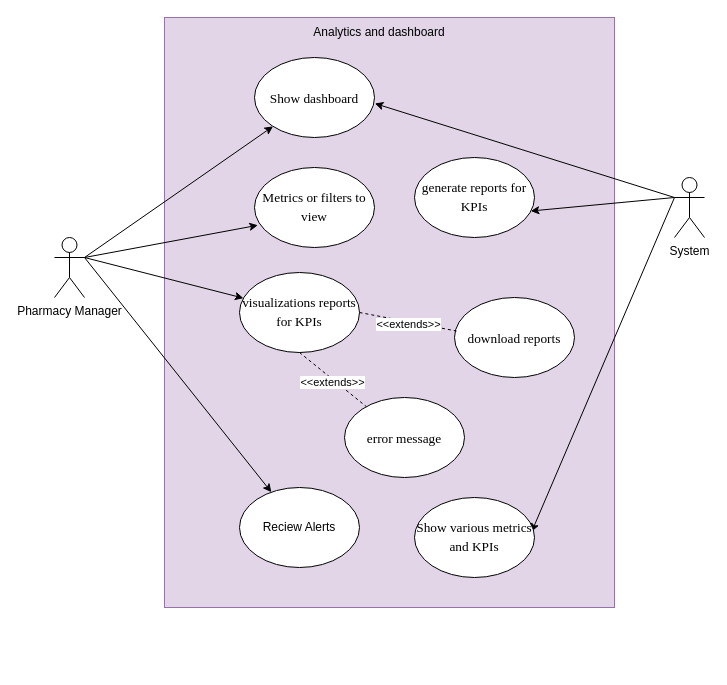
Before: AnalyticsAndDashboardUsercase.drawio in Life-Pill/Life-Pill, a draw.io diagram. Source tidied: cells renumbered, new cells numbered last; positions are measured from the earlier drawing's top-left corner, leaving out a move shared by most shapes. Both pictures are drawn from the tidied source at 100%, with x=0, y=0 at pixel (54, 17).
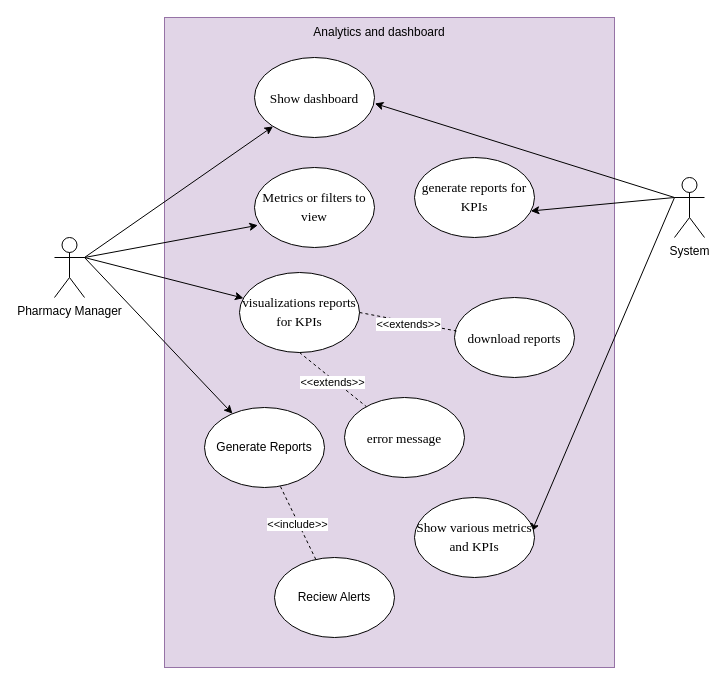
The same page after the edit.

The edit, as a diff of the source:
```diff
@@
     <mxCell id="2" style="rounded=0;whiteSpace=wrap;html=1;fillColor=#e1d5e7;strokeColor=#9673a6;" parent="1" vertex="1">
-      <mxGeometry x="110" width="450" height="590" as="geometry" />
+      <mxGeometry x="110" width="450" height="650" as="geometry" />
     </mxCell>
@@
-    <mxCell id="12" value="Reciew Alerts" style="ellipse;whiteSpace=wrap;html=1;" parent="1" vertex="1">
-      <mxGeometry x="185" y="470" width="120" height="80" as="geometry" />
+    <mxCell id="12" value="Generate Reports" style="ellipse;whiteSpace=wrap;html=1;" parent="1" vertex="1">
+      <mxGeometry x="150" y="390" width="120" height="80" as="geometry" />
     </mxCell>
@@
+    <mxCell id="25" value="Reciew Alerts" style="ellipse;whiteSpace=wrap;html=1;" parent="1" vertex="1">
+      <mxGeometry x="220" y="540" width="120" height="80" as="geometry" />
+    </mxCell>
+    <mxCell id="26" style="endArrow=none;dashed=1;html=1;rounded=0;exitX=0.633;exitY=0.988;exitDx=0;exitDy=0;exitPerimeter=0;" parent="1" edge="1" source="12" target="25">
+      <mxGeometry relative="1" as="geometry" />
+    </mxCell>
+    <mxCell id="27" value="&amp;lt;&amp;lt;include&amp;gt;&amp;gt;" style="edgeLabel;html=1;align=center;verticalAlign=middle;" parent="26" vertex="1">
+      <mxGeometry x="0.02" y="-2" relative="1" as="geometry" />
+    </mxCell>
```
